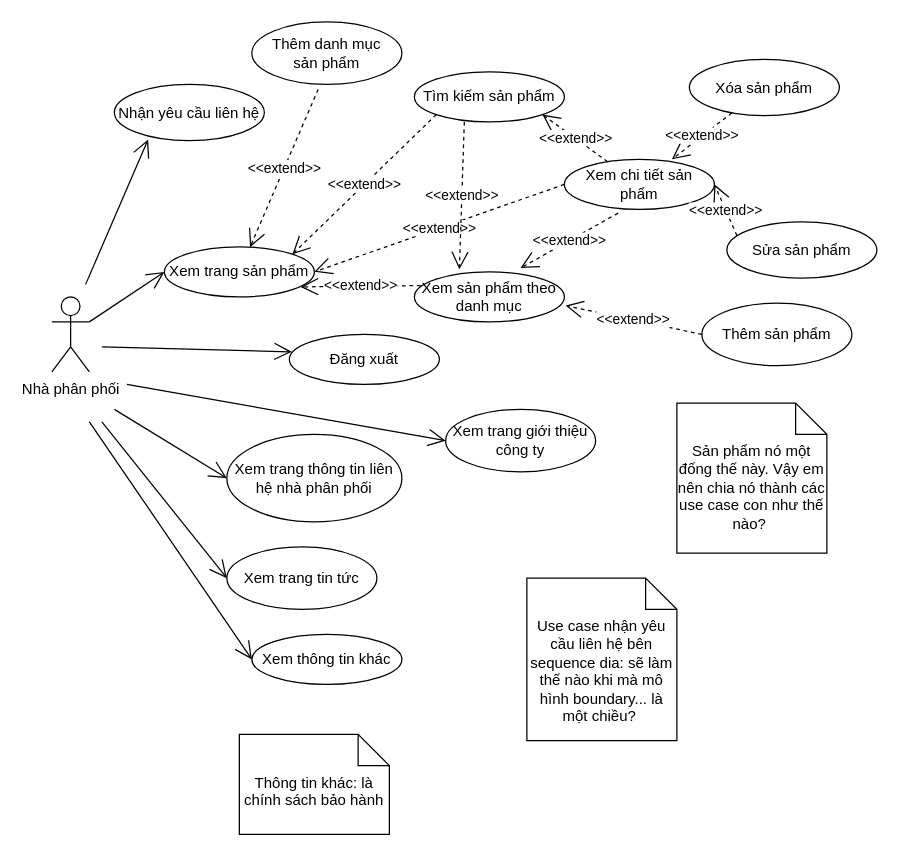
Before: Use Case/providerUC.drawio in hoangminh15/PTTKHT, a draw.io diagram. Source tidied: cells renumbered, new cells numbered last; positions are measured from the earlier drawing's top-left corner, leaving out a move shared by most shapes. Both pictures are drawn from the tidied source at 125%, with x=0, y=0 at pixel (51, 21).
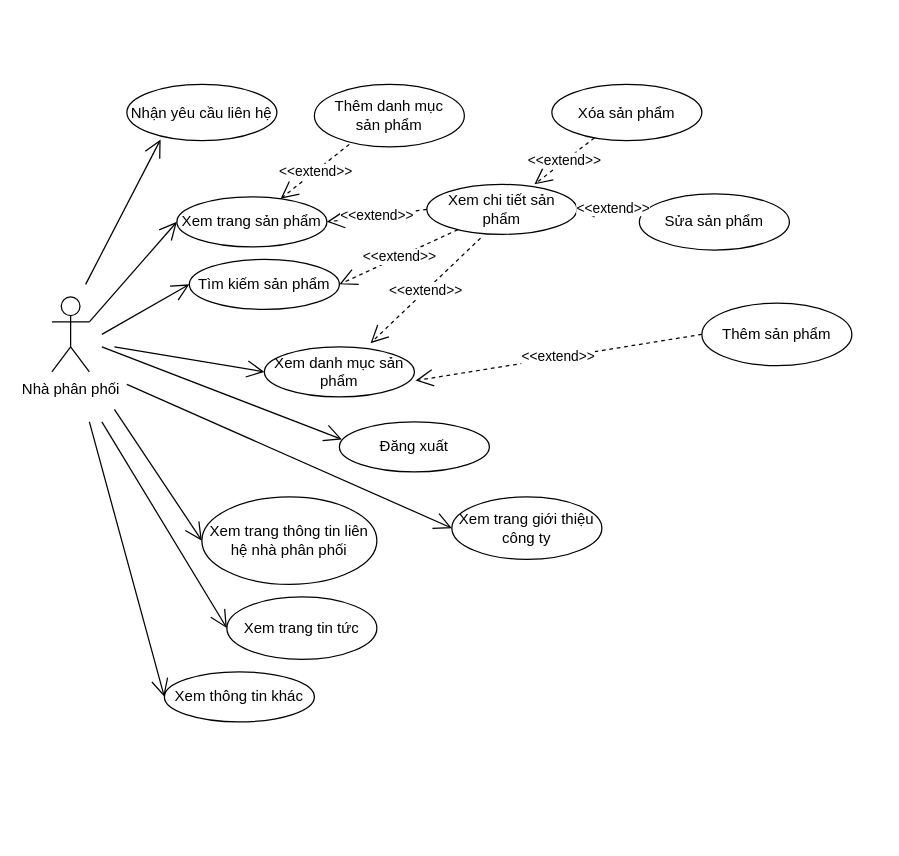
Above is the later version.

Diff of the diagram source:
```diff
@@
     <mxCell id="2" value="Nhận yêu cầu liên hệ" style="ellipse;whiteSpace=wrap;html=1;" parent="1" vertex="1">
-      <mxGeometry x="50" y="50" width="120" height="45" as="geometry" />
+      <mxGeometry x="60" y="50" width="120" height="45" as="geometry" />
     </mxCell>
@@
     <mxCell id="4" value="Thêm danh mục &lt;br&gt;sản phẩm" style="ellipse;whiteSpace=wrap;html=1;" parent="1" vertex="1">
-      <mxGeometry x="160" width="120" height="50" as="geometry" />
+      <mxGeometry x="210" y="50" width="120" height="50" as="geometry" />
     </mxCell>
     <mxCell id="5" value="Xóa sản phẩm" style="ellipse;whiteSpace=wrap;html=1;" parent="1" vertex="1">
-      <mxGeometry x="510" y="30" width="120" height="45" as="geometry" />
+      <mxGeometry x="400" y="50" width="120" height="45" as="geometry" />
     </mxCell>
@@
     <mxCell id="7" value="Đăng xuất" style="ellipse;whiteSpace=wrap;html=1;" parent="1" vertex="1">
-      <mxGeometry x="190" y="250" width="120" height="40" as="geometry" />
+      <mxGeometry x="230" y="320" width="120" height="40" as="geometry" />
     </mxCell>
@@
     <mxCell id="9" value="Xem chi tiết sản phẩm" style="ellipse;whiteSpace=wrap;html=1;" parent="1" vertex="1">
-      <mxGeometry x="410" y="110" width="120" height="40" as="geometry" />
+      <mxGeometry x="300" y="130" width="120" height="40" as="geometry" />
     </mxCell>
     <mxCell id="10" value="Xem trang sản phẩm" style="ellipse;whiteSpace=wrap;html=1;" parent="1" vertex="1">
-      <mxGeometry x="90" y="180" width="120" height="40" as="geometry" />
+      <mxGeometry x="100" y="140" width="120" height="40" as="geometry" />
     </mxCell>
@@
     <mxCell id="12" value="Tìm kiếm sản phẩm" style="ellipse;whiteSpace=wrap;html=1;" parent="1" vertex="1">
-      <mxGeometry x="290" y="40" width="120" height="40" as="geometry" />
+      <mxGeometry x="110" y="190" width="120" height="40" as="geometry" />
     </mxCell>
-    <mxCell id="13" value="&amp;lt;&amp;lt;extend&amp;gt;&amp;gt;" style="endArrow=open;endSize=12;dashed=1;html=1;exitX=0;exitY=1;exitDx=0;exitDy=0;entryX=1;entryY=0;entryDx=0;entryDy=0;" parent="1" edge="1" source="12" target="10">
-      <mxGeometry relative="1" as="geometry" />
-    </mxCell>
-    <mxCell id="14" value="&amp;lt;&amp;lt;extend&amp;gt;&amp;gt;" style="endArrow=open;endSize=12;dashed=1;html=1;entryX=1;entryY=1;entryDx=0;entryDy=0;" parent="1" edge="1" source="9" target="12">
+    <mxCell id="14" value="&amp;lt;&amp;lt;extend&amp;gt;&amp;gt;" style="endArrow=open;endSize=12;dashed=1;html=1;entryX=1;entryY=0.5;entryDx=0;entryDy=0;" parent="1" edge="1" source="9" target="12">
       <mxGeometry relative="1" as="geometry" />
     </mxCell>
-    <mxCell id="15" value="Xem sản phẩm theo danh mục" style="ellipse;whiteSpace=wrap;html=1;" parent="1" vertex="1">
-      <mxGeometry x="290" y="200" width="120" height="40" as="geometry" />
+    <mxCell id="15" value="Xem danh mục sản phẩm" style="ellipse;whiteSpace=wrap;html=1;" parent="1" vertex="1">
+      <mxGeometry x="170" y="260" width="120" height="40" as="geometry" />
     </mxCell>
-    <mxCell id="16" value="&amp;lt;&amp;lt;extend&amp;gt;&amp;gt;" style="endArrow=open;endSize=12;dashed=1;html=1;exitX=0.042;exitY=0.275;exitDx=0;exitDy=0;exitPerimeter=0;entryX=0.908;entryY=0.8;entryDx=0;entryDy=0;entryPerimeter=0;" parent="1" edge="1" source="15" target="10">
-      <mxGeometry relative="1" as="geometry" />
-    </mxCell>
@@
-    <mxCell id="18" value="&amp;lt;&amp;lt;extend&amp;gt;&amp;gt;" style="endArrow=open;endSize=12;dashed=1;html=1;exitX=0.333;exitY=1;exitDx=0;exitDy=0;exitPerimeter=0;entryX=0.3;entryY=-0.05;entryDx=0;entryDy=0;entryPerimeter=0;" parent="1" edge="1" source="12" target="15">
-      <mxGeometry relative="1" as="geometry" />
-    </mxCell>
@@
-    <mxCell id="20" value="&amp;lt;&amp;lt;extend&amp;gt;&amp;gt;" style="endArrow=open;endSize=12;dashed=1;html=1;exitX=0.442;exitY=1.08;exitDx=0;exitDy=0;exitPerimeter=0;" parent="1" edge="1" source="4" target="10">
+    <mxCell id="20" value="&amp;lt;&amp;lt;extend&amp;gt;&amp;gt;" style="endArrow=open;endSize=12;dashed=1;html=1;exitX=0.233;exitY=0.96;exitDx=0;exitDy=0;exitPerimeter=0;" parent="1" edge="1" source="4" target="10">
       <mxGeometry relative="1" as="geometry" />
     </mxCell>
@@
     <mxCell id="24" value="Xem trang tin tức" style="ellipse;whiteSpace=wrap;html=1;" parent="1" vertex="1">
-      <mxGeometry x="140" y="420" width="120" height="50" as="geometry" />
+      <mxGeometry x="140" y="460" width="120" height="50" as="geometry" />
     </mxCell>
     <mxCell id="25" value="Xem trang thông tin liên hệ nhà phân phối" style="ellipse;whiteSpace=wrap;html=1;" parent="1" vertex="1">
-      <mxGeometry x="140" y="330" width="140" height="70" as="geometry" />
+      <mxGeometry x="120" y="380" width="140" height="70" as="geometry" />
     </mxCell>
     <mxCell id="26" value="Xem thông tin khác" style="ellipse;whiteSpace=wrap;html=1;" parent="1" vertex="1">
-      <mxGeometry x="160" y="490" width="120" height="40" as="geometry" />
+      <mxGeometry x="90" y="520" width="120" height="40" as="geometry" />
     </mxCell>
     <mxCell id="27" value="Xem trang giới thiệu công ty" style="ellipse;whiteSpace=wrap;html=1;" parent="1" vertex="1">
-      <mxGeometry x="315" y="310" width="120" height="50" as="geometry" />
+      <mxGeometry x="320" y="380" width="120" height="50" as="geometry" />
     </mxCell>
@@
     <mxCell id="32" value="Sửa sản phẩm" style="ellipse;whiteSpace=wrap;html=1;" parent="1" vertex="1">
-      <mxGeometry x="540" y="160" width="120" height="45" as="geometry" />
+      <mxGeometry x="470" y="137.5" width="120" height="45" as="geometry" />
     </mxCell>
@@
-    <mxCell id="34" value="Sản phẩm nó một đống thế này. Vậy em nên chia nó thành các use case con như thế nào?&amp;nbsp;" style="shape=note2;boundedLbl=1;whiteSpace=wrap;html=1;size=25;verticalAlign=top;align=center;" parent="1" vertex="1">
-      <mxGeometry x="500" y="305" width="120" height="120" as="geometry" />
-    </mxCell>
-    <mxCell id="35" value="Use case nhận yêu cầu liên hệ bên sequence dia: sẽ làm thế nào khi mà mô hình boundary... là một chiều?&amp;nbsp;" style="shape=note2;boundedLbl=1;whiteSpace=wrap;html=1;size=25;verticalAlign=top;align=center;" parent="1" vertex="1">
-      <mxGeometry x="380" y="445" width="120" height="130" as="geometry" />
-    </mxCell>
-    <mxCell id="36" value="Thông tin khác: là chính sách bảo hành" style="shape=note2;boundedLbl=1;whiteSpace=wrap;html=1;size=25;verticalAlign=top;align=center;" parent="1" vertex="1">
-      <mxGeometry x="150" y="570" width="120" height="80" as="geometry" />
-    </mxCell>
+    <mxCell id="37" style="endArrow=open;endFill=1;endSize=12;html=1;entryX=0;entryY=0.5;entryDx=0;entryDy=0;exitX=1;exitY=0.3333333333333333;exitDx=0;exitDy=0;exitPerimeter=0;" parent="1" edge="1" target="12">
+      <mxGeometry relative="1" as="geometry">
+        <mxPoint x="40" y="250" as="sourcePoint" />
+      </mxGeometry>
+    </mxCell>
+    <mxCell id="38" style="endArrow=open;endFill=1;endSize=12;html=1;entryX=0;entryY=0.5;entryDx=0;entryDy=0;" parent="1" edge="1" target="15">
+      <mxGeometry relative="1" as="geometry">
+        <mxPoint x="50" y="260" as="sourcePoint" />
+      </mxGeometry>
+    </mxCell>
```
